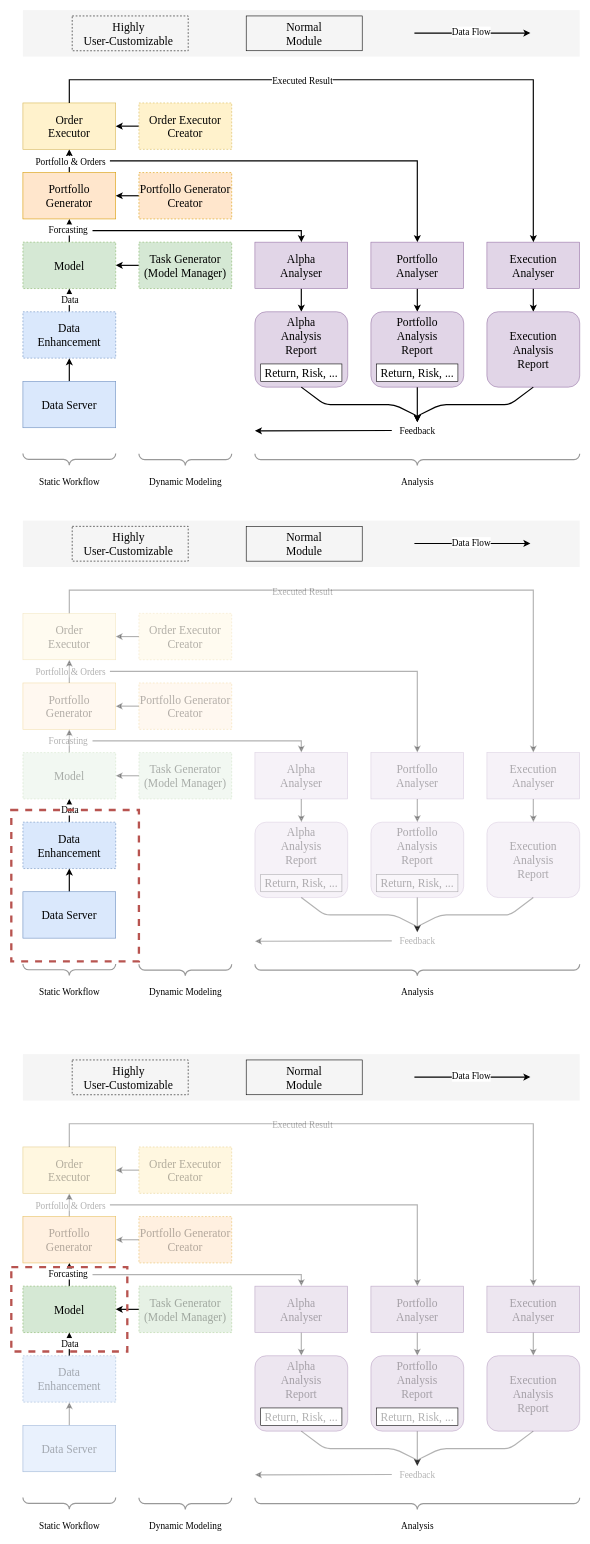
The draw.io diagram draw/Qlib流程.drawio in zhiyuan5986/draw_io, before the edit. Source tidied: cells renumbered, new cells numbered last; positions are measured from the earlier drawing's top-left corner, leaving out a move shared by most shapes. Both pictures are drawn from the tidied source at 58%, with x=0, y=0 at pixel (11, 10).
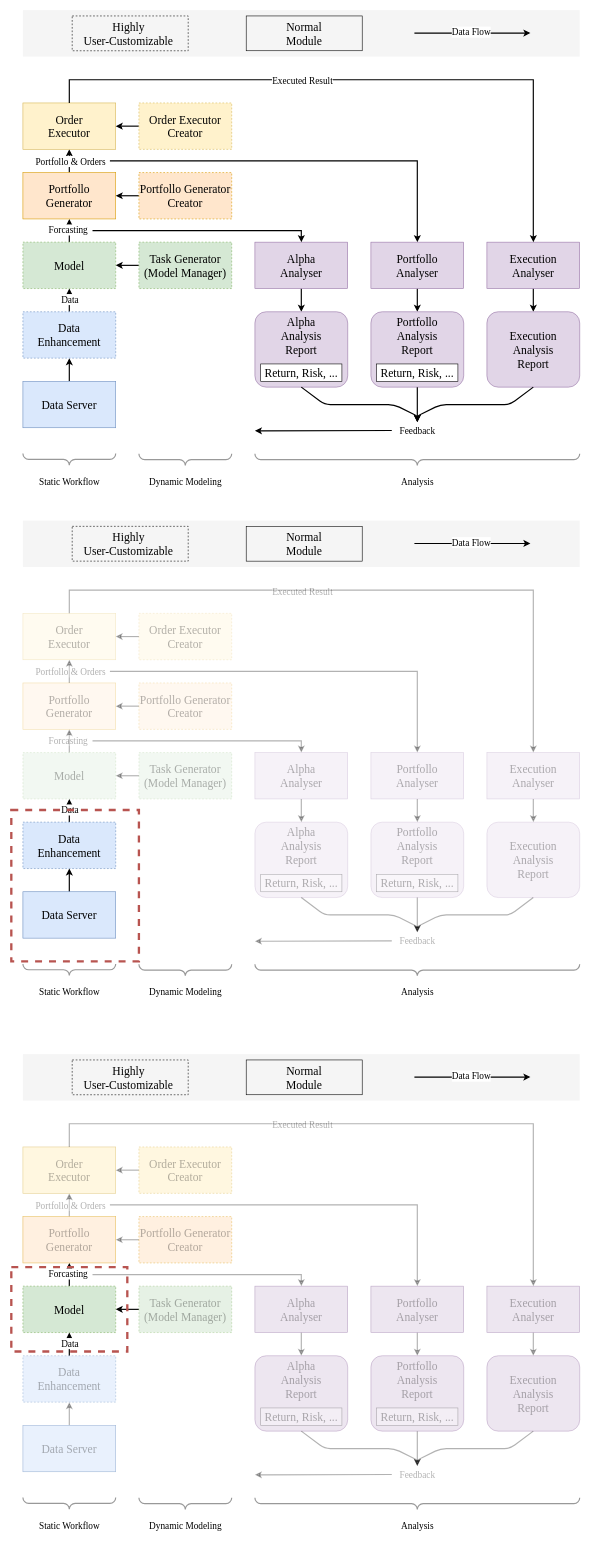
After the change.

Diff of the diagram source:
```diff
@@
-    <mxCell id="129" value="&lt;font style=&quot;font-size: 20px;&quot; face=&quot;Times New Roman&quot;&gt;Return, Risk, ...&lt;/font&gt;" style="rounded=0;whiteSpace=wrap;html=1;textOpacity=30;" parent="1" vertex="1">
+    <mxCell id="129" value="&lt;font style=&quot;font-size: 20px;&quot; face=&quot;Times New Roman&quot;&gt;Return, Risk, ...&lt;/font&gt;" style="rounded=0;whiteSpace=wrap;html=1;textOpacity=30;opacity=30;" parent="1" vertex="1">
       <mxGeometry x="430" y="2410" width="140" height="30" as="geometry" />
     </mxCell>
@@
-    <mxCell id="131" value="&lt;font style=&quot;font-size: 20px;&quot; face=&quot;Times New Roman&quot;&gt;Return, Risk, ...&lt;/font&gt;" style="rounded=0;whiteSpace=wrap;html=1;textOpacity=30;" parent="1" vertex="1">
+    <mxCell id="131" value="&lt;font style=&quot;font-size: 20px;&quot; face=&quot;Times New Roman&quot;&gt;Return, Risk, ...&lt;/font&gt;" style="rounded=0;whiteSpace=wrap;html=1;textOpacity=30;opacity=30;" parent="1" vertex="1">
       <mxGeometry x="630" y="2410" width="140" height="30" as="geometry" />
     </mxCell>
```
